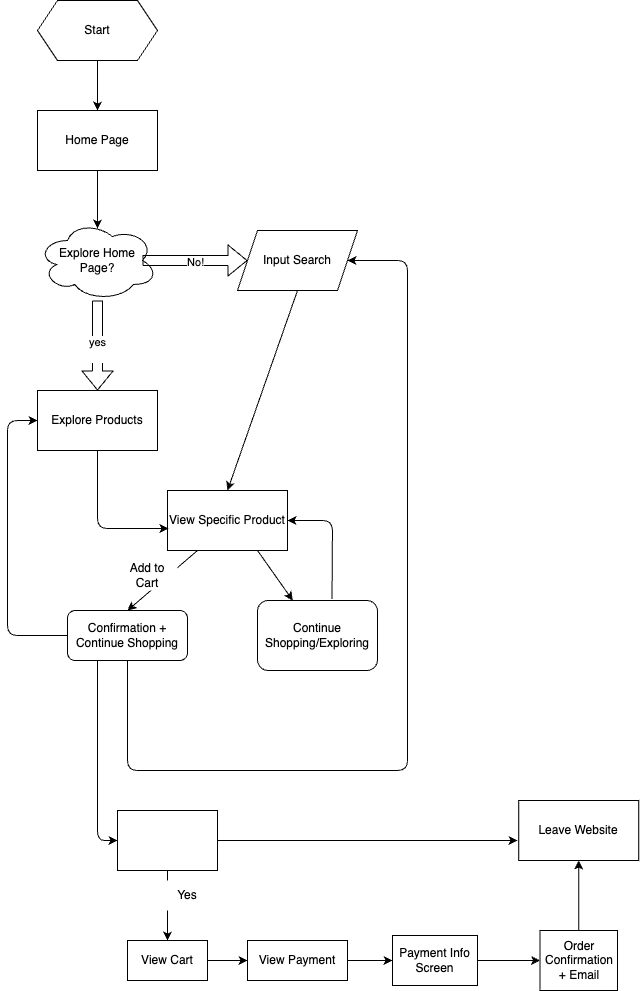
Before: explore/diagramming/diagram.drawio.png, a diagram exported from draw.io (GMohandas13/sp25-cse110-lab4). Source tidied: cells renumbered, new cells last; positions are measured from the earlier drawing's top-left corner, leaving out a move shared by most shapes.
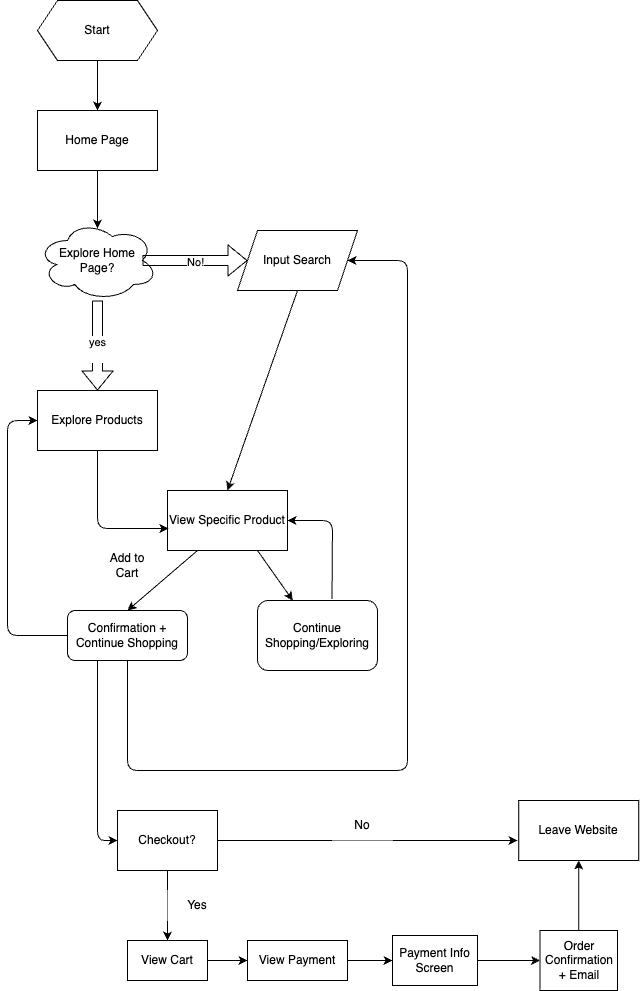
Above is the later version.

Commit message:
Fixing Black Font on Black Background

What changed in the source:
```diff
@@ -73,7 +73,7 @@
       <mxGeometry x="60" y="610" width="120" height="50" as="geometry" />
     </mxCell>
     <mxCell id="20" value="Add to Cart" style="text;html=1;align=center;verticalAlign=middle;whiteSpace=wrap;rounded=0;fillColor=#FFFFFF;" parent="1" vertex="1">
-      <mxGeometry x="110" y="560" width="60" height="30" as="geometry" />
+      <mxGeometry x="90" y="550" width="60" height="30" as="geometry" />
     </mxCell>
     <mxCell id="21" style="edgeStyle=none;html=1;entryX=1;entryY=0.5;entryDx=0;entryDy=0;exitX=0.621;exitY=-0.023;exitDx=0;exitDy=0;exitPerimeter=0;" parent="1" edge="1" source="22" target="16">
       <mxGeometry relative="1" as="geometry">
@@ -102,7 +102,7 @@
         <mxPoint x="510" y="840" as="targetPoint" />
       </mxGeometry>
     </mxCell>
-    <mxCell id="26" value="&lt;font style=&quot;color: rgb(255, 255, 255);&quot;&gt;Checkout?&lt;/font&gt;" style="rounded=0;whiteSpace=wrap;html=1;fillColor=none;" parent="1" vertex="1">
+    <mxCell id="26" value="&lt;font style=&quot;color: rgb(0, 0, 0);&quot;&gt;Checkout?&lt;/font&gt;" style="rounded=0;whiteSpace=wrap;html=1;fillColor=none;" parent="1" vertex="1">
       <mxGeometry x="110" y="810" width="100" height="60" as="geometry" />
     </mxCell>
     <mxCell id="27" style="endArrow=classic;html=1;exitX=0.25;exitY=1;exitDx=0;exitDy=0;entryX=0;entryY=0.5;entryDx=0;entryDy=0;" parent="1" edge="1" source="19" target="26">
@@ -118,9 +118,6 @@
     <mxCell id="29" value="View Cart" style="rounded=0;whiteSpace=wrap;html=1;" parent="1" vertex="1">
       <mxGeometry x="120" y="940" width="80" height="40" as="geometry" />
     </mxCell>
-    <mxCell id="30" value="Yes" style="text;html=1;align=center;verticalAlign=middle;whiteSpace=wrap;rounded=0;fillColor=#FFFFFF;" parent="1" vertex="1">
-      <mxGeometry x="150" y="880" width="60" height="30" as="geometry" />
-    </mxCell>
     <mxCell id="31" style="edgeStyle=none;html=1;" parent="1" edge="1" source="32" target="34">
       <mxGeometry relative="1" as="geometry" />
     </mxCell>
@@ -142,8 +139,11 @@
     <mxCell id="37" value="Leave Website" style="whiteSpace=wrap;html=1;rounded=0;" parent="1" vertex="1">
       <mxGeometry x="511.2" y="800" width="120" height="60" as="geometry" />
     </mxCell>
+    <mxCell id="30" value="Yes" style="text;html=1;align=center;verticalAlign=middle;whiteSpace=wrap;rounded=0;fillColor=#FFFFFF;" parent="1" vertex="1">
+      <mxGeometry x="160" y="890" width="60" height="30" as="geometry" />
+    </mxCell>
-    <mxCell id="38" value="&lt;font style=&quot;color: rgb(255, 255, 255);&quot;&gt;No&lt;/font&gt;" style="text;html=1;align=center;verticalAlign=middle;whiteSpace=wrap;rounded=0;fillColor=none;" parent="1" vertex="1">
-      <mxGeometry x="300" y="810" width="60" height="30" as="geometry" />
+    <mxCell id="38" value="No" style="text;html=1;align=center;verticalAlign=middle;whiteSpace=wrap;rounded=0;fillColor=#FFFFFF;" parent="1" vertex="1">
+      <mxGeometry x="325" y="810" width="60" height="30" as="geometry" />
     </mxCell>
   </root>
 </mxGraphModel>
```
